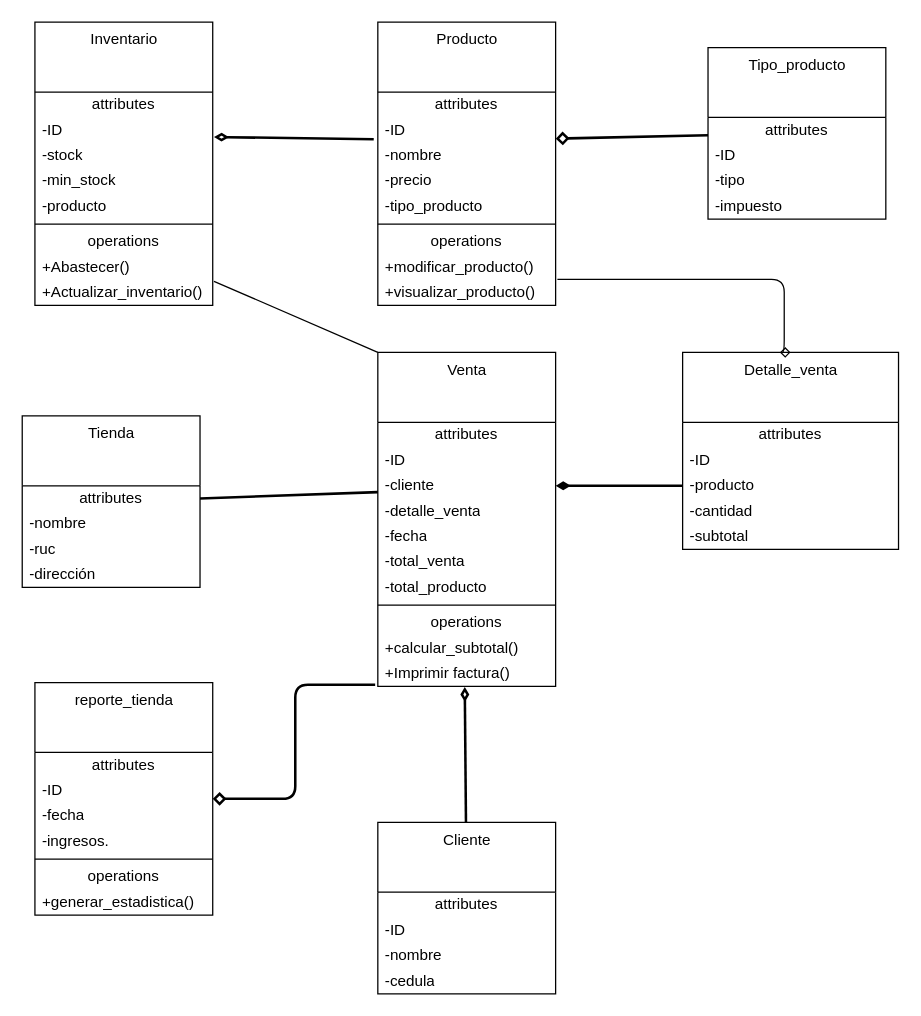
This is drawio/proyecto.drawio from RoChuquiana7845/TareaPOO1, a draw.io file, before an edit. Source tidied: cells renumbered, new cells numbered last; positions are measured from the earlier drawing's top-left corner, leaving out a move shared by most shapes. Both pictures are drawn from the tidied source at 127%, with x=0, y=0 at pixel (22, 22).
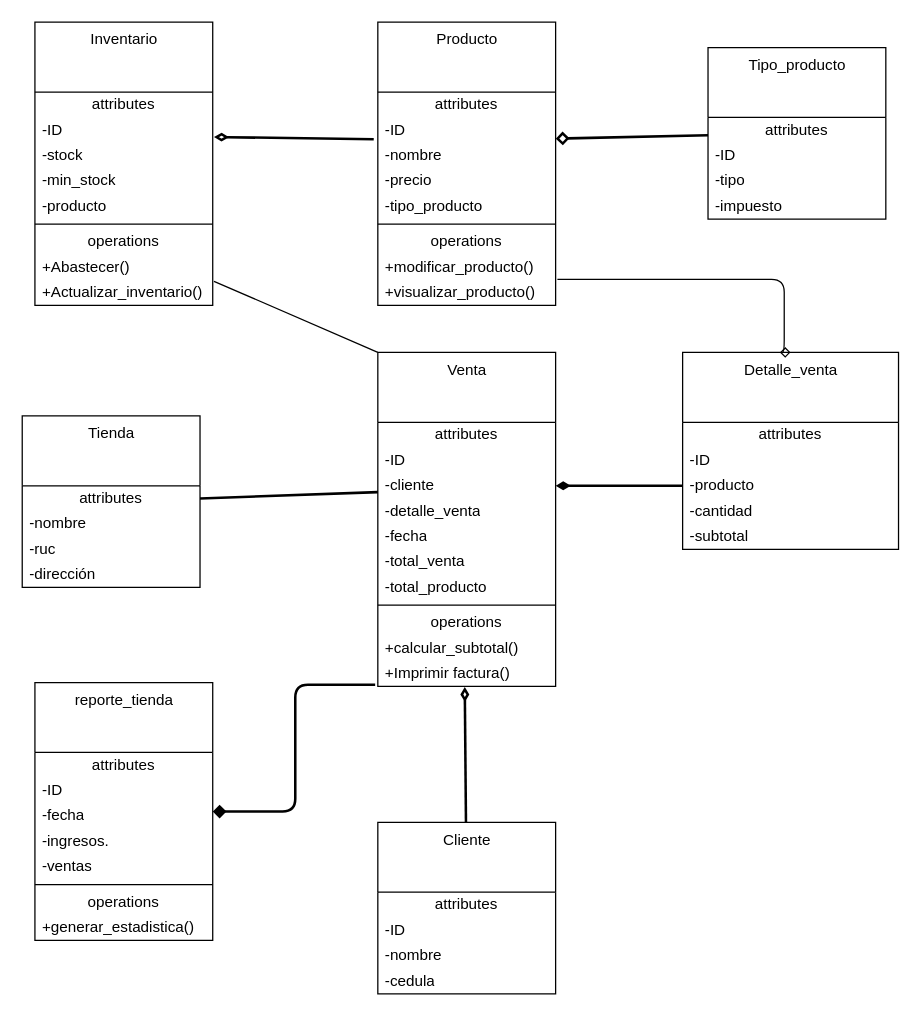
Above is the later version.

Commit message (it also covers changes not shown here):
Puliendo detalles

The change refers to these unchanged cells:
```xml
<mxCell id="41" value="+Imprimir factura()" style="text;html=1;strokeColor=none;fillColor=none;align=left;verticalAlign=middle;spacingLeft=4;spacingRight=4;overflow=hidden;points=[[0,0.5],[1,0.5]];portConstraint=eastwest;" parent="30" vertex="1">
  <mxGeometry y="243" width="140" height="20" as="geometry" />
</mxCell>
```

Change to the diagram source:
```diff
@@
-    <mxCell id="48" style="edgeStyle=orthogonalEdgeStyle;html=1;entryX=-0.015;entryY=0.936;entryDx=0;entryDy=0;entryPerimeter=0;strokeWidth=2;startArrow=diamond;startFill=0;endArrow=none;endFill=0;" parent="1" edge="1" source="49" target="41">
+    <mxCell id="48" style="edgeStyle=orthogonalEdgeStyle;html=1;entryX=-0.015;entryY=0.936;entryDx=0;entryDy=0;entryPerimeter=0;strokeWidth=2;startArrow=diamond;startFill=1;endArrow=none;endFill=0;" parent="1" edge="1" source="49" target="41">
       <mxGeometry relative="1" as="geometry" />
     </mxCell>
     <mxCell id="49" value="reporte_tienda" style="swimlane;fontStyle=0;align=center;verticalAlign=top;horizontal=1;startSize=55;html=1;" parent="1" vertex="1">
-      <mxGeometry x="10" y="520" width="140" height="183" as="geometry" />
+      <mxGeometry x="10" y="520" width="140" height="203" as="geometry" />
     </mxCell>
@@
+    <mxCell id="71" value="-ventas" style="text;html=1;strokeColor=none;fillColor=none;align=left;verticalAlign=middle;spacingLeft=4;spacingRight=4;overflow=hidden;" parent="49" vertex="1">
+      <mxGeometry y="135" width="140" height="20" as="geometry" />
+    </mxCell>
     <mxCell id="54" style="line;strokeWidth=1;fillColor=none;align=left;verticalAlign=middle;spacingTop=-1;spacingLeft=3;spacingRight=3;labelPosition=right;" parent="49" vertex="1">
-      <mxGeometry y="135" width="140" height="8" as="geometry" />
+      <mxGeometry y="155" width="140" height="8" as="geometry" />
     </mxCell>
     <mxCell id="55" value="operations" style="text;html=1;strokeColor=none;fillColor=none;align=center;verticalAlign=middle;spacingLeft=4;spacingRight=4;overflow=hidden;" parent="49" vertex="1">
-      <mxGeometry y="143" width="140" height="20" as="geometry" />
+      <mxGeometry y="163" width="140" height="20" as="geometry" />
     </mxCell>
     <mxCell id="56" value="+generar_estadistica()" style="text;html=1;strokeColor=none;fillColor=none;align=left;verticalAlign=middle;spacingLeft=4;spacingRight=4;overflow=hidden;" parent="49" vertex="1">
-      <mxGeometry y="163" width="140" height="20" as="geometry" />
+      <mxGeometry y="183" width="140" height="20" as="geometry" />
     </mxCell>
```
